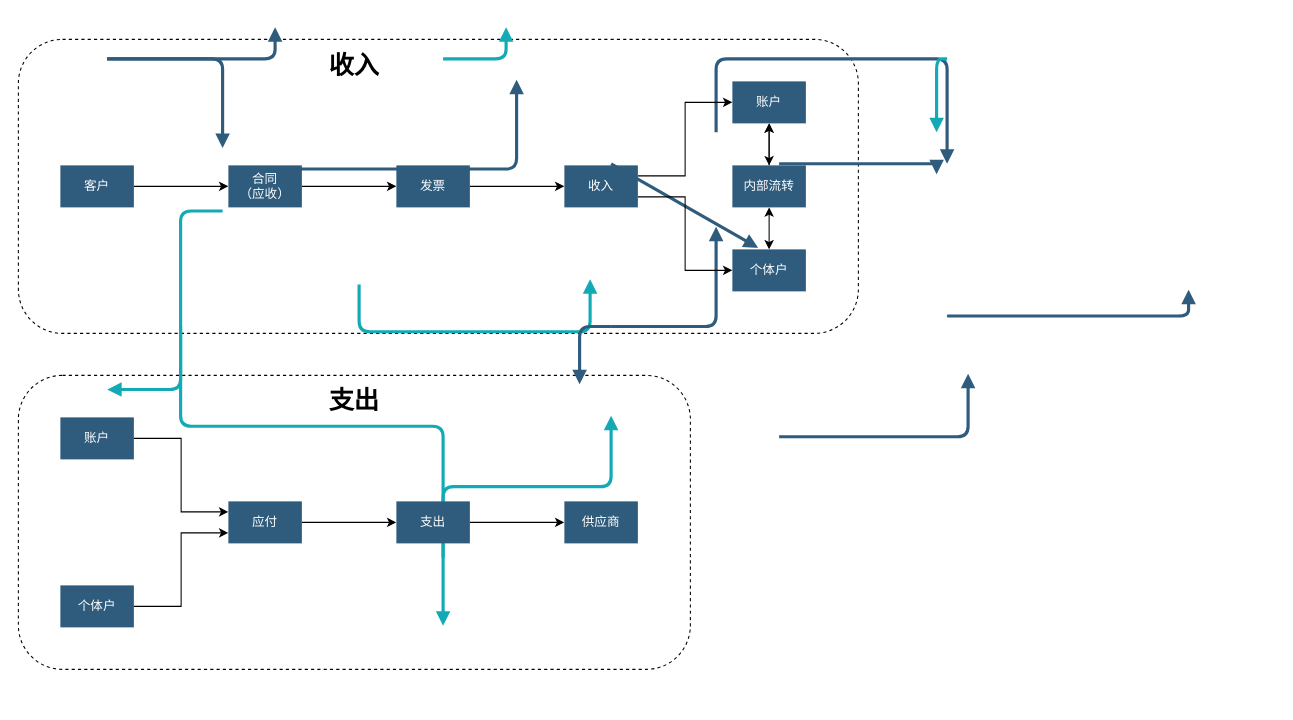
Before: 台账系统.drawio in xiaoming728/draw, a draw.io diagram. Source tidied: cells renumbered, new cells numbered last; positions are measured from the earlier drawing's top-left corner, leaving out a move shared by most shapes. Both pictures are drawn from the tidied source at 105%, with x=0, y=0 at pixel (18, 26).
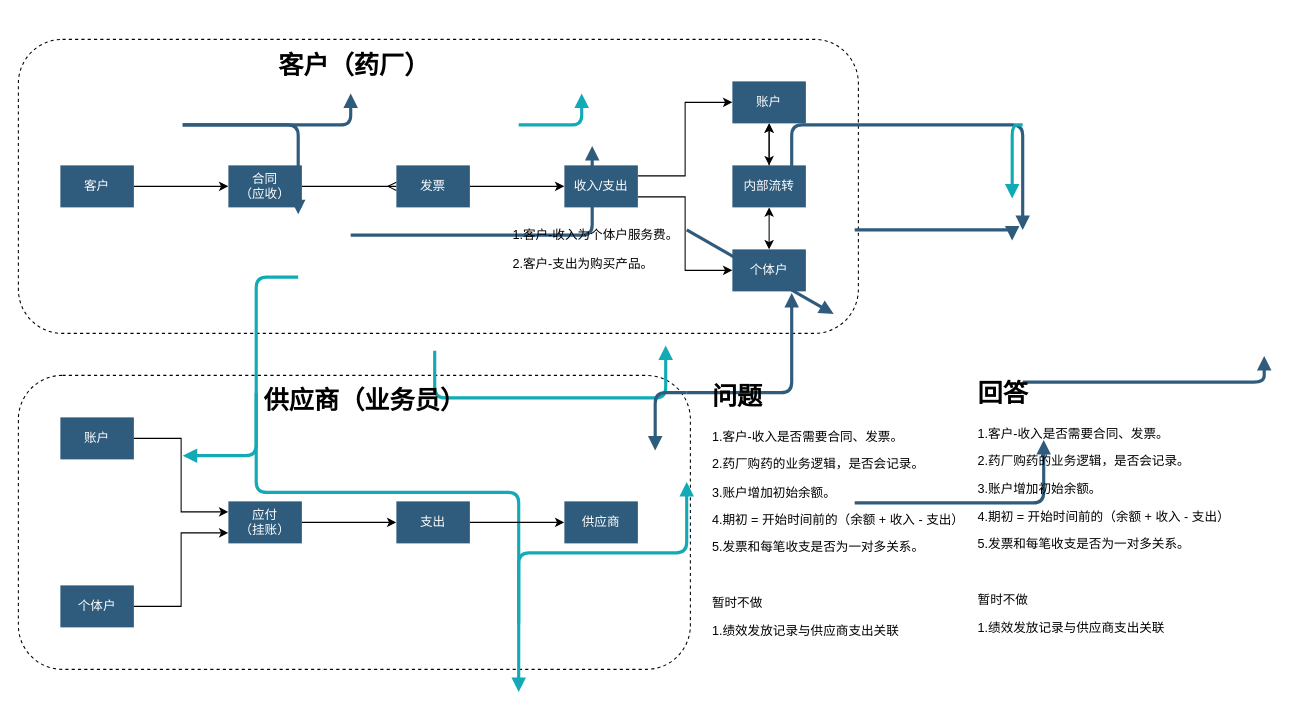
Above is the later version.

Commit message:
更新台账系统.drawio

The change refers to these unchanged cells:
```xml
<mxCell id="28" value="合同&lt;div&gt;（应收）&lt;/div&gt;" style="whiteSpace=wrap;fillColor=#2f5b7c;strokeColor=none;shadow=0;fontColor=#FFFFFF;fontFamily=Helvetica;fontStyle=0;html=1;fontSize=12;spacing=6;verticalAlign=middle;" parent="1" vertex="1">
  <mxGeometry x="200" y="132" width="70" height="40" as="geometry" />
</mxCell>
<mxCell id="30" value="发票" style="whiteSpace=wrap;fillColor=#2f5b7c;strokeColor=none;shadow=0;fontColor=#FFFFFF;fontFamily=Helvetica;fontStyle=0;html=1;fontSize=12;spacing=6;verticalAlign=middle;" parent="1" vertex="1">
  <mxGeometry x="360" y="132" width="70" height="40" as="geometry" />
</mxCell>
```

Change to the diagram source:
```diff
@@
     <mxCell id="4" style="edgeStyle=segmentEdgeStyle;strokeColor=#2F5B7C;strokeWidth=3;html=1;endArrow=block;endFill=1;" parent="1" edge="1">
       <mxGeometry x="164.5" y="178.5" as="geometry">
-        <mxPoint x="84.5" y="30.5" as="sourcePoint" />
-        <mxPoint x="244.5" y="0.5" as="targetPoint" />
+        <mxPoint x="156.5" y="93.5" as="sourcePoint" />
+        <mxPoint x="316.5" y="63.5" as="targetPoint" />
       </mxGeometry>
     </mxCell>
     <mxCell id="5" style="edgeStyle=segmentEdgeStyle;strokeColor=#12AAB5;strokeWidth=3;html=1;endArrow=block;endFill=1;" parent="1" edge="1">
       <mxGeometry x="164.5" y="433.5" as="geometry">
-        <mxPoint x="194.5" y="175.5" as="sourcePoint" />
-        <mxPoint x="84.5" y="345.5" as="targetPoint" />
+        <mxPoint x="266.5" y="238.5" as="sourcePoint" />
+        <mxPoint x="156.5" y="408.5" as="targetPoint" />
         <Array as="points">
-          <mxPoint x="154.5" y="345.5" />
+          <mxPoint x="226.5" y="408.5" />
         </Array>
       </mxGeometry>
     </mxCell>
     <mxCell id="6" style="edgeStyle=segmentEdgeStyle;strokeColor=#2F5B7C;strokeWidth=3;html=1;endArrow=block;endFill=1;" parent="1" edge="1">
       <mxGeometry x="164.5" y="178.5" as="geometry">
-        <mxPoint x="84.5" y="30.5" as="sourcePoint" />
-        <mxPoint x="194.5" y="115.5" as="targetPoint" />
+        <mxPoint x="156.5" y="93.5" as="sourcePoint" />
+        <mxPoint x="266.5" y="178.5" as="targetPoint" />
       </mxGeometry>
     </mxCell>
     <mxCell id="7" style="edgeStyle=segmentEdgeStyle;strokeColor=#12AAB5;strokeWidth=3;html=1;endArrow=block;endFill=1;" parent="1" edge="1">
       <mxGeometry x="234.5" y="433.5" as="geometry">
-        <mxPoint x="154.5" y="285.5" as="sourcePoint" />
-        <mxPoint x="404.5" y="570.5" as="targetPoint" />
+        <mxPoint x="226.5" y="348.5" as="sourcePoint" />
+        <mxPoint x="476.5" y="633.5" as="targetPoint" />
         <Array as="points">
-          <mxPoint x="154.5" y="380.5" />
+          <mxPoint x="226.5" y="443.5" />
         </Array>
       </mxGeometry>
     </mxCell>
     <mxCell id="8" style="edgeStyle=elbowEdgeStyle;elbow=vertical;strokeColor=#12AAB5;strokeWidth=3;html=1;endArrow=block;endFill=1;" parent="1" edge="1">
       <mxGeometry x="484.5" y="623.5" as="geometry">
-        <mxPoint x="404.5" y="505.4" as="sourcePoint" />
-        <mxPoint x="564.5" y="370.5" as="targetPoint" />
+        <mxPoint x="476.5" y="568.4" as="sourcePoint" />
+        <mxPoint x="636.5" y="433.5" as="targetPoint" />
       </mxGeometry>
     </mxCell>
     <mxCell id="9" style="edgeStyle=segmentEdgeStyle;strokeColor=#2F5B7C;strokeWidth=3;html=1;endArrow=block;endFill=1;" parent="1" edge="1">
       <mxGeometry x="324.5" y="283.5" as="geometry">
-        <mxPoint x="244.5" y="135.5" as="sourcePoint" />
-        <mxPoint x="474.5" y="50.5" as="targetPoint" />
+        <mxPoint x="316.5" y="198.5" as="sourcePoint" />
+        <mxPoint x="546.5" y="113.5" as="targetPoint" />
       </mxGeometry>
     </mxCell>
     <mxCell id="10" style="edgeStyle=segmentEdgeStyle;strokeColor=#12AAB5;strokeWidth=3;html=1;endArrow=block;endFill=1;" parent="1" edge="1">
       <mxGeometry x="484.5" y="178.5" as="geometry">
-        <mxPoint x="404.5" y="30.5" as="sourcePoint" />
-        <mxPoint x="464.5" y="0.5" as="targetPoint" />
+        <mxPoint x="476.5" y="93.5" as="sourcePoint" />
+        <mxPoint x="536.5" y="63.5" as="targetPoint" />
       </mxGeometry>
     </mxCell>
     <mxCell id="11" style="edgeStyle=none;strokeColor=#2F5B7C;strokeWidth=3;html=1;endArrow=block;endFill=1;" parent="1" edge="1">
       <mxGeometry x="644.5" y="278.5" as="geometry">
-        <mxPoint x="564.5" y="130.5" as="sourcePoint" />
-        <mxPoint x="704.5" y="210.5" as="targetPoint" />
+        <mxPoint x="636.5" y="193.5" as="sourcePoint" />
+        <mxPoint x="776.5" y="273.5" as="targetPoint" />
       </mxGeometry>
     </mxCell>
     <mxCell id="12" style="edgeStyle=segmentEdgeStyle;strokeColor=#12AAB5;strokeWidth=3;html=1;endArrow=block;endFill=1;" parent="1" edge="1">
       <mxGeometry x="404.5" y="393.5" as="geometry">
-        <mxPoint x="324.5" y="245.5" as="sourcePoint" />
-        <mxPoint x="544.5" y="240.5" as="targetPoint" />
+        <mxPoint x="396.5" y="308.5" as="sourcePoint" />
+        <mxPoint x="616.5" y="303.5" as="targetPoint" />
         <Array as="points">
-          <mxPoint x="324.5" y="290.5" />
+          <mxPoint x="396.5" y="353.5" />
         </Array>
       </mxGeometry>
     </mxCell>
     <mxCell id="13" style="edgeStyle=segmentEdgeStyle;strokeColor=#2F5B7C;strokeWidth=3;html=1;endArrow=block;endFill=1;" parent="1" edge="1">
       <mxGeometry x="644.5" y="308.5" as="geometry">
-        <mxPoint x="564.5" y="285.5" as="sourcePoint" />
-        <mxPoint x="664.5" y="190.5" as="targetPoint" />
+        <mxPoint x="636.5" y="348.5" as="sourcePoint" />
+        <mxPoint x="736.5" y="253.5" as="targetPoint" />
       </mxGeometry>
     </mxCell>
     <mxCell id="14" style="edgeStyle=segmentEdgeStyle;strokeColor=#2F5B7C;strokeWidth=3;html=1;endArrow=block;endFill=1;" parent="1" edge="1">
       <mxGeometry x="644.5" y="433.5" as="geometry">
-        <mxPoint x="564.5" y="285.5" as="sourcePoint" />
-        <mxPoint x="534.5" y="340.5" as="targetPoint" />
+        <mxPoint x="636.5" y="348.5" as="sourcePoint" />
+        <mxPoint x="606.5" y="403.5" as="targetPoint" />
       </mxGeometry>
     </mxCell>
     <mxCell id="15" style="edgeStyle=segmentEdgeStyle;strokeColor=#2F5B7C;strokeWidth=3;html=1;endArrow=block;endFill=1;" parent="1" edge="1">
       <mxGeometry x="744.5" y="178.5" as="geometry">
-        <mxPoint x="664.5" y="100.5" as="sourcePoint" />
-        <mxPoint x="884.5" y="130.5" as="targetPoint" />
+        <mxPoint x="736.5" y="163.5" as="sourcePoint" />
+        <mxPoint x="956.5" y="193.5" as="targetPoint" />
         <Array as="points">
-          <mxPoint x="664.5" y="30.5" />
+          <mxPoint x="736.5" y="93.5" />
         </Array>
       </mxGeometry>
     </mxCell>
     <mxCell id="16" style="edgeStyle=segmentEdgeStyle;strokeColor=#2F5B7C;strokeWidth=3;html=1;endArrow=block;endFill=1;" parent="1" edge="1">
       <mxGeometry x="804.5" y="278.5" as="geometry">
-        <mxPoint x="724.5" y="130.5" as="sourcePoint" />
-        <mxPoint x="874.5" y="140.5" as="targetPoint" />
+        <mxPoint x="796.5" y="193.5" as="sourcePoint" />
+        <mxPoint x="946.5" y="203.5" as="targetPoint" />
       </mxGeometry>
     </mxCell>
     <mxCell id="17" style="edgeStyle=segmentEdgeStyle;strokeColor=#2F5B7C;strokeWidth=3;html=1;endArrow=block;endFill=1;" parent="1" edge="1">
       <mxGeometry x="804.5" y="538.5" as="geometry">
-        <mxPoint x="724.5" y="390.5" as="sourcePoint" />
-        <mxPoint x="904.5" y="330.5" as="targetPoint" />
+        <mxPoint x="796.5" y="453.5" as="sourcePoint" />
+        <mxPoint x="976.5" y="393.5" as="targetPoint" />
       </mxGeometry>
     </mxCell>
     <mxCell id="18" style="edgeStyle=segmentEdgeStyle;strokeColor=#2F5B7C;strokeWidth=3;html=1;endArrow=block;endFill=1;" parent="1" edge="1">
       <mxGeometry x="964.5" y="423.5" as="geometry">
-        <mxPoint x="884.5" y="275.5" as="sourcePoint" />
-        <mxPoint x="1114.5" y="250.5" as="targetPoint" />
+        <mxPoint x="956.5" y="338.5" as="sourcePoint" />
+        <mxPoint x="1186.5" y="313.5" as="targetPoint" />
       </mxGeometry>
     </mxCell>
     <mxCell id="19" style="edgeStyle=segmentEdgeStyle;strokeColor=#12AAB5;strokeWidth=3;html=1;endArrow=block;endFill=1;" parent="1" edge="1">
       <mxGeometry x="964.5" y="178.5" as="geometry">
-        <mxPoint x="884.5" y="30.5" as="sourcePoint" />
-        <mxPoint x="874.5" y="100.5" as="targetPoint" />
+        <mxPoint x="956.5" y="93.5" as="sourcePoint" />
+        <mxPoint x="946.5" y="163.5" as="targetPoint" />
       </mxGeometry>
     </mxCell>
@@
-    <mxCell id="22" value="收入" style="whiteSpace=wrap;fillColor=#2f5b7c;strokeColor=none;shadow=0;fontColor=#FFFFFF;fontFamily=Helvetica;fontStyle=0;html=1;fontSize=12;spacing=6;verticalAlign=middle;" parent="1" vertex="1">
+    <mxCell id="22" value="收入/支出" style="whiteSpace=wrap;fillColor=#2f5b7c;strokeColor=none;shadow=0;fontColor=#FFFFFF;fontFamily=Helvetica;fontStyle=0;html=1;fontSize=12;spacing=6;verticalAlign=middle;" parent="1" vertex="1">
       <mxGeometry x="520" y="132" width="70" height="40" as="geometry" />
     </mxCell>
@@
-    <mxCell id="27" style="edgeStyle=orthogonalEdgeStyle;rounded=0;jettySize=auto;html=1;exitX=1;exitY=0.5;exitDx=0;exitDy=0;" parent="1" edge="1" source="28" target="30">
+    <mxCell id="27" style="edgeStyle=orthogonalEdgeStyle;rounded=0;jettySize=auto;html=1;exitX=1;exitY=0.5;exitDx=0;exitDy=0;endArrow=ERmany;endFill=0;" parent="1" edge="1" source="28" target="30">
       <mxGeometry relative="1" as="geometry" />
     </mxCell>
@@
-    <mxCell id="32" value="应付" style="whiteSpace=wrap;fillColor=#2f5b7c;strokeColor=none;shadow=0;fontColor=#FFFFFF;fontFamily=Helvetica;fontStyle=0;html=1;fontSize=12;spacing=6;verticalAlign=middle;" parent="1" vertex="1">
+    <mxCell id="32" value="应付&lt;div&gt;（挂账）&lt;/div&gt;" style="whiteSpace=wrap;fillColor=#2f5b7c;strokeColor=none;shadow=0;fontColor=#FFFFFF;fontFamily=Helvetica;fontStyle=0;html=1;fontSize=12;spacing=6;verticalAlign=middle;" parent="1" vertex="1">
       <mxGeometry x="200" y="452" width="70" height="40" as="geometry" />
     </mxCell>
@@
-    <mxCell id="44" value="收入" style="text;html=1;align=center;verticalAlign=middle;whiteSpace=wrap;rounded=0;fontStyle=1;fontSize=24;" parent="1" vertex="1">
-      <mxGeometry x="290" y="22" width="60" height="30" as="geometry" />
+    <mxCell id="44" value="客户（药厂）" style="text;html=1;align=center;verticalAlign=middle;whiteSpace=wrap;rounded=0;fontStyle=1;fontSize=24;" parent="1" vertex="1">
+      <mxGeometry x="245" y="22" width="150" height="30" as="geometry" />
     </mxCell>
-    <mxCell id="45" value="支出" style="text;html=1;align=center;verticalAlign=middle;whiteSpace=wrap;rounded=0;fontStyle=1;fontSize=24;" parent="1" vertex="1">
-      <mxGeometry x="290" y="342" width="60" height="30" as="geometry" />
+    <mxCell id="45" value="供应商（业务员）" style="text;html=1;align=center;verticalAlign=middle;whiteSpace=wrap;rounded=0;fontStyle=1;fontSize=24;" parent="1" vertex="1">
+      <mxGeometry x="210" y="342" width="240" height="30" as="geometry" />
     </mxCell>
+    <mxCell id="46" value="&lt;h1 style=&quot;margin-top: 0px;&quot;&gt;问题&lt;/h1&gt;&lt;p&gt;&lt;span style=&quot;background-color: initial;&quot;&gt;1.客户-收入是否需要合同、发票。&lt;/span&gt;&lt;/p&gt;&lt;p&gt;&lt;span style=&quot;background-color: initial;&quot;&gt;2.药厂购药的业务逻辑，是否会记录。&lt;/span&gt;&lt;/p&gt;&lt;p&gt;&lt;span style=&quot;background-color: initial;&quot;&gt;3.账户增加初始余额。&lt;/span&gt;&lt;/p&gt;&lt;p&gt;&lt;span style=&quot;background-color: initial;&quot;&gt;4.期初 = 开始时间前的（余额 + 收入 - 支出）&lt;/span&gt;&lt;/p&gt;&lt;p&gt;&lt;span style=&quot;background-color: initial;&quot;&gt;5.发票和每笔收支是否为一对多关系。&lt;/span&gt;&lt;/p&gt;&lt;p&gt;&lt;span style=&quot;background-color: initial;&quot;&gt;&lt;br&gt;&lt;/span&gt;&lt;/p&gt;&lt;p&gt;暂时不做&lt;/p&gt;&lt;p&gt;&lt;span style=&quot;background-color: initial;&quot;&gt;1.绩效发放记录与供应商支出关联&lt;/span&gt;&lt;br&gt;&lt;/p&gt;" style="text;html=1;whiteSpace=wrap;overflow=hidden;rounded=0;" parent="1" vertex="1">
+      <mxGeometry x="659" y="332" width="240" height="280" as="geometry" />
+    </mxCell>
+    <mxCell id="47" value="&lt;p style=&quot;text-align: left;&quot;&gt;1.客户-收入为个体户服务费。&lt;/p&gt;&lt;p style=&quot;text-align: left;&quot;&gt;2.客户-支出为购买产品。&lt;/p&gt;" style="text;html=1;align=center;verticalAlign=middle;whiteSpace=wrap;rounded=0;" parent="1" vertex="1">
+      <mxGeometry x="470" y="172" width="160" height="80" as="geometry" />
+    </mxCell>
+    <mxCell id="48" value="&lt;h1 style=&quot;margin-top: 0px;&quot;&gt;回答&lt;/h1&gt;&lt;p&gt;&lt;span style=&quot;background-color: initial;&quot;&gt;1.客户-收入是否需要合同、发票。&lt;/span&gt;&lt;/p&gt;&lt;p&gt;&lt;span style=&quot;background-color: initial;&quot;&gt;2.药厂购药的业务逻辑，是否会记录。&lt;/span&gt;&lt;/p&gt;&lt;p&gt;&lt;span style=&quot;background-color: initial;&quot;&gt;3.账户增加初始余额。&lt;/span&gt;&lt;/p&gt;&lt;p&gt;&lt;span style=&quot;background-color: initial;&quot;&gt;4.期初 = 开始时间前的（余额 + 收入 - 支出）&lt;/span&gt;&lt;/p&gt;&lt;p&gt;&lt;span style=&quot;background-color: initial;&quot;&gt;5.发票和每笔收支是否为一对多关系。&lt;/span&gt;&lt;/p&gt;&lt;p&gt;&lt;span style=&quot;background-color: initial;&quot;&gt;&lt;br&gt;&lt;/span&gt;&lt;/p&gt;&lt;p&gt;暂时不做&lt;/p&gt;&lt;p&gt;&lt;span style=&quot;background-color: initial;&quot;&gt;1.绩效发放记录与供应商支出关联&lt;/span&gt;&lt;br&gt;&lt;/p&gt;" style="text;html=1;whiteSpace=wrap;overflow=hidden;rounded=0;" parent="1" vertex="1">
+      <mxGeometry x="912" y="329" width="240" height="280" as="geometry" />
+    </mxCell>
```
